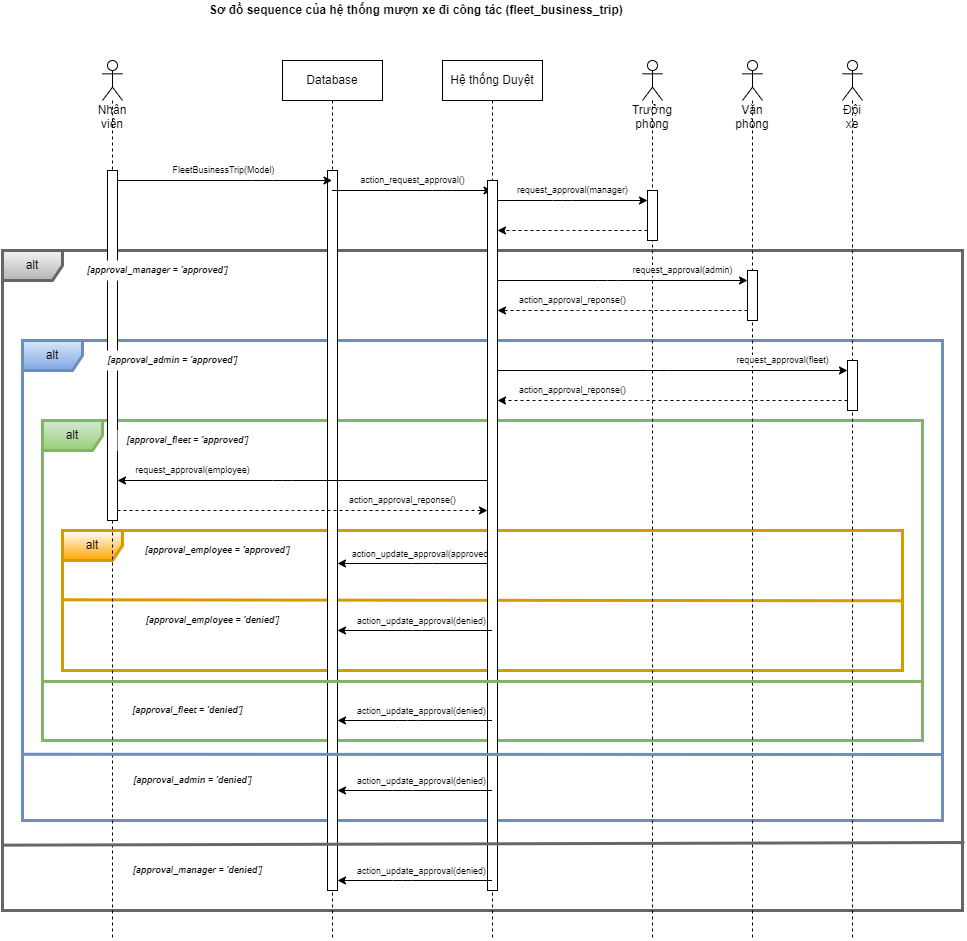
NgoHuuNghia/odoo15-digitalocean keeps this draw.io diagram as uml-diargrams/uml_sequence_fleet_business_trip.png. Above is the earlier version. Source tidied: cells renumbered, new cells last; positions are measured from the earlier drawing's top-left corner, leaving out a move shared by most shapes.
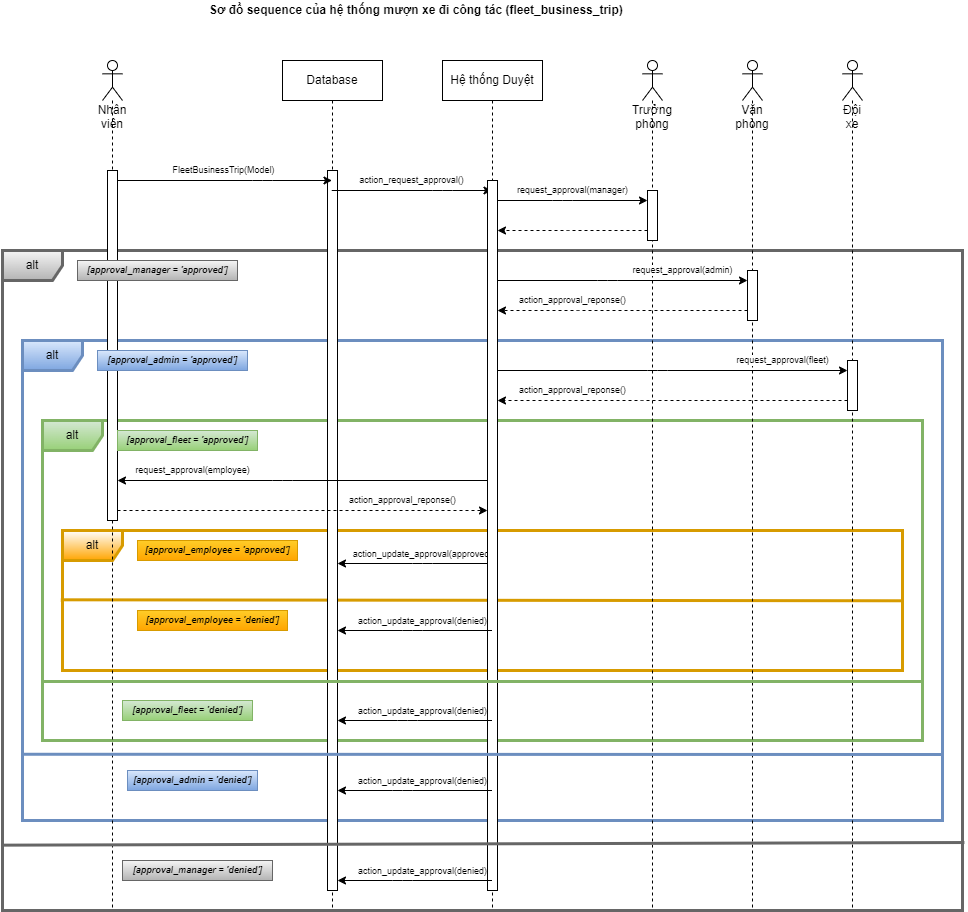
Above is the later version.

Change to the diagram source:
```diff
@@ -21,7 +21,7 @@
       <mxGeometry x="200" width="430" height="20" as="geometry" />
     </mxCell>
     <mxCell id="8" value="Database" style="shape=umlLifeline;perimeter=lifelinePerimeter;whiteSpace=wrap;html=1;outlineConnect=0;" parent="1" vertex="1">
-      <mxGeometry x="280" y="60" width="100" height="880" as="geometry" />
+      <mxGeometry x="280" y="60" width="100" height="850" as="geometry" />
     </mxCell>
     <mxCell id="9" style="html=1;points=[];perimeter=orthogonalPerimeter;fontSize=9;strokeWidth=1;" parent="8" vertex="1">
       <mxGeometry x="45" y="110" width="10" height="720" as="geometry" />
@@ -39,7 +39,7 @@
       </mxGeometry>
     </mxCell>
     <mxCell id="12" value="Hệ thống Duyệt" style="shape=umlLifeline;perimeter=lifelinePerimeter;whiteSpace=wrap;html=1;outlineConnect=0;" parent="1" vertex="1">
-      <mxGeometry x="440" y="60" width="100" height="880" as="geometry" />
+      <mxGeometry x="440" y="60" width="100" height="850" as="geometry" />
     </mxCell>
     <mxCell id="13" value="action_request_approval()" style="edgeStyle=none;html=1;fontSize=9;" parent="12" edge="1" source="8">
       <mxGeometry x="0.01" y="10" relative="1" as="geometry">
@@ -60,42 +60,42 @@
       </mxGeometry>
     </mxCell>
     <mxCell id="16" value="Nhân viên" style="shape=umlLifeline;participant=umlActor;perimeter=lifelinePerimeter;whiteSpace=wrap;html=1;verticalAlign=top;spacingTop=36;outlineConnect=0;" parent="1" vertex="1">
-      <mxGeometry x="100" y="60" width="20" height="880" as="geometry" />
+      <mxGeometry x="100" y="60" width="20" height="850" as="geometry" />
     </mxCell>
     <mxCell id="17" style="html=1;points=[];perimeter=orthogonalPerimeter;" parent="16" vertex="1">
       <mxGeometry x="5" y="110" width="10" height="350" as="geometry" />
     </mxCell>
     <mxCell id="18" value="Trưởng phòng&lt;br&gt;" style="shape=umlLifeline;participant=umlActor;perimeter=lifelinePerimeter;whiteSpace=wrap;html=1;verticalAlign=top;spacingTop=36;" parent="1" vertex="1">
-      <mxGeometry x="640" y="60" width="20" height="880" as="geometry" />
+      <mxGeometry x="640" y="60" width="20" height="850" as="geometry" />
     </mxCell>
     <mxCell id="19" style="html=1;points=[];perimeter=orthogonalPerimeter;" parent="18" vertex="1">
       <mxGeometry x="5" y="130" width="10" height="50" as="geometry" />
     </mxCell>
     <mxCell id="20" value="Văn phòng&lt;br&gt;" style="shape=umlLifeline;participant=umlActor;perimeter=lifelinePerimeter;whiteSpace=wrap;html=1;verticalAlign=top;spacingTop=36;" parent="1" vertex="1">
-      <mxGeometry x="740" y="60" width="20" height="880" as="geometry" />
+      <mxGeometry x="740" y="60" width="20" height="850" as="geometry" />
     </mxCell>
     <mxCell id="21" style="html=1;points=[];perimeter=orthogonalPerimeter;" parent="20" vertex="1">
       <mxGeometry x="5" y="210" width="10" height="50" as="geometry" />
     </mxCell>
     <mxCell id="22" value="Đội xe&lt;br&gt;" style="shape=umlLifeline;participant=umlActor;perimeter=lifelinePerimeter;whiteSpace=wrap;html=1;verticalAlign=top;spacingTop=36;" parent="1" vertex="1">
-      <mxGeometry x="840" y="60" width="20" height="880" as="geometry" />
+      <mxGeometry x="840" y="60" width="20" height="850" as="geometry" />
     </mxCell>
     <mxCell id="23" style="html=1;points=[];perimeter=orthogonalPerimeter;" parent="22" vertex="1">
       <mxGeometry x="5" y="300" width="10" height="50" as="geometry" />
     </mxCell>
-    <mxCell id="24" value="&lt;i&gt;[approval_manager = 'approved']&lt;/i&gt;" style="text;html=1;align=center;verticalAlign=middle;strokeColor=none;fillColor=default;fontSize=9;fontColor=default;fontStyle=1;" parent="1" vertex="1">
+    <mxCell id="24" value="&lt;i&gt;[approval_manager = 'approved']&lt;/i&gt;" style="text;html=1;align=center;verticalAlign=middle;strokeColor=#666666;fillColor=#f5f5f5;fontSize=9;fontStyle=1;gradientColor=#b3b3b3;fontColor=#000000;" parent="1" vertex="1">
       <mxGeometry x="75" y="260" width="160" height="20" as="geometry" />
     </mxCell>
-    <mxCell id="25" value="[approval_admin = 'approved']" style="text;html=1;align=center;verticalAlign=middle;strokeColor=none;fillColor=default;fontSize=9;fontColor=default;fontStyle=3;" parent="1" vertex="1">
+    <mxCell id="25" value="[approval_admin = 'approved']" style="text;html=1;align=center;verticalAlign=middle;strokeColor=#6c8ebf;fillColor=#dae8fc;fontSize=9;fontStyle=3;gradientColor=#7ea6e0;fontColor=#000000;" parent="1" vertex="1">
       <mxGeometry x="95" y="350" width="150" height="20" as="geometry" />
     </mxCell>
-    <mxCell id="26" value="[approval_fleet = 'approved']" style="text;html=1;align=center;verticalAlign=middle;strokeColor=none;fillColor=default;fontSize=9;fontColor=default;fontStyle=3;" parent="1" vertex="1">
+    <mxCell id="26" value="[approval_fleet = 'approved']" style="text;html=1;align=center;verticalAlign=middle;strokeColor=#82b366;fillColor=#d5e8d4;fontSize=9;fontStyle=3;gradientColor=#97d077;fontColor=#000000;" parent="1" vertex="1">
       <mxGeometry x="115" y="430" width="140" height="20" as="geometry" />
     </mxCell>
-    <mxCell id="27" value="[approval_employee = 'approved']" style="text;html=1;align=center;verticalAlign=middle;strokeColor=none;fillColor=default;fontSize=9;fontColor=default;fontStyle=3;" parent="1" vertex="1">
+    <mxCell id="27" value="[approval_employee = 'approved']" style="text;html=1;align=center;verticalAlign=middle;strokeColor=#d79b00;fillColor=#ffcd28;fontSize=9;fontStyle=3;gradientColor=#ffa500;fontColor=#000000;" parent="1" vertex="1">
       <mxGeometry x="135" y="540" width="160" height="20" as="geometry" />
     </mxCell>
-    <mxCell id="28" value="[approval_employee = 'denied']" style="text;html=1;align=center;verticalAlign=middle;strokeColor=none;fillColor=default;fontSize=9;fontColor=default;fontStyle=3;" parent="1" vertex="1">
+    <mxCell id="28" value="[approval_employee = 'denied']" style="text;html=1;align=center;verticalAlign=middle;strokeColor=#d79b00;fillColor=#ffcd28;fontSize=9;fontStyle=3;gradientColor=#ffa500;fontColor=#000000;" parent="1" vertex="1">
       <mxGeometry x="135" y="610" width="150" height="20" as="geometry" />
     </mxCell>
     <mxCell id="29" style="edgeStyle=none;html=1;fontSize=9;fontColor=#FFFFFF;strokeWidth=1;" parent="1" edge="1" source="12" target="9">
@@ -116,7 +116,7 @@
         <mxPoint x="920" y="681" as="targetPoint" />
       </mxGeometry>
     </mxCell>
-    <mxCell id="32" value="[approval_fleet = 'denied']" style="text;html=1;align=center;verticalAlign=middle;strokeColor=none;fillColor=default;fontSize=9;fontColor=default;fontStyle=3;" parent="1" vertex="1">
+    <mxCell id="32" value="[approval_fleet = 'denied']" style="text;html=1;align=center;verticalAlign=middle;strokeColor=#82b366;fillColor=#d5e8d4;fontSize=9;fontStyle=3;gradientColor=#97d077;fontColor=#000000;" parent="1" vertex="1">
       <mxGeometry x="120" y="700" width="130" height="20" as="geometry" />
     </mxCell>
     <mxCell id="33" style="edgeStyle=none;html=1;fontSize=9;fontColor=#FFFFFF;strokeWidth=1;" parent="1" edge="1" source="12" target="9">
@@ -148,7 +148,7 @@
         <mxPoint x="940" y="754" as="targetPoint" />
       </mxGeometry>
     </mxCell>
-    <mxCell id="38" value="[approval_admin = 'denied']" style="text;html=1;align=center;verticalAlign=middle;strokeColor=none;fillColor=default;fontSize=9;fontColor=default;fontStyle=3;" parent="1" vertex="1">
+    <mxCell id="38" value="[approval_admin = 'denied']" style="text;html=1;align=center;verticalAlign=middle;strokeColor=#6c8ebf;fillColor=#dae8fc;fontSize=9;fontStyle=3;gradientColor=#7ea6e0;fontColor=#000000;" parent="1" vertex="1">
       <mxGeometry x="125" y="770" width="130" height="20" as="geometry" />
     </mxCell>
     <mxCell id="39" style="edgeStyle=none;html=1;fontSize=9;fontColor=#FFFFFF;strokeWidth=1;" parent="1" edge="1" source="12" target="9">
@@ -166,7 +166,7 @@
     <mxCell id="41" style="endArrow=none;html=1;strokeWidth=3;exitX=-0.001;exitY=0.901;exitDx=0;exitDy=0;exitPerimeter=0;entryX=1.002;entryY=0.897;entryDx=0;entryDy=0;entryPerimeter=0;fillColor=#f5f5f5;gradientColor=#b3b3b3;strokeColor=#666666;" parent="1" edge="1" source="6" target="6">
       <mxGeometry relative="1" as="geometry" />
     </mxCell>
-    <mxCell id="42" value="[approval_manager = 'denied']" style="text;html=1;align=center;verticalAlign=middle;strokeColor=none;fillColor=default;fontSize=9;fontColor=default;fontStyle=3;" parent="1" vertex="1">
+    <mxCell id="42" value="[approval_manager = 'denied']" style="text;html=1;align=center;verticalAlign=middle;strokeColor=#666666;fillColor=#f5f5f5;fontSize=9;fontStyle=3;gradientColor=#b3b3b3;fontColor=#000000;" parent="1" vertex="1">
       <mxGeometry x="120" y="860" width="150" height="20" as="geometry" />
     </mxCell>
     <mxCell id="43" value="request_approval(manager)" style="edgeStyle=none;html=1;fontSize=9;" parent="1" edge="1" source="14" target="19">
```
